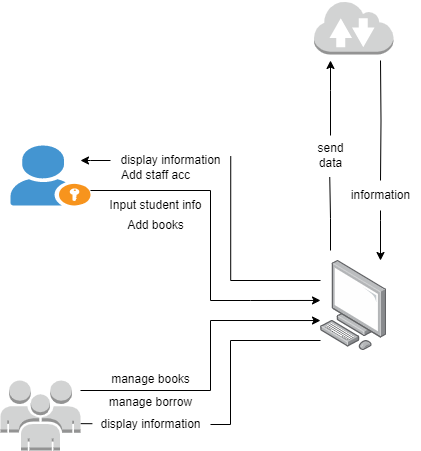
The draw.io diagram operational_f.png in Jayrou12345/Flowchart, before a commit. Source tidied: cells renumbered, new cells last; positions are measured from the earlier drawing's top-left corner, leaving out a move shared by most shapes.
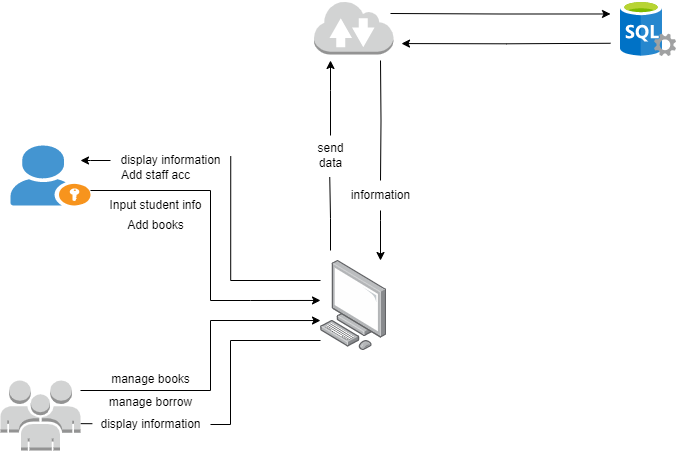
After the commit.

The edit, as a diff of the source:
```diff
@@ -99,6 +99,12 @@
         </Array>
       </mxGeometry>
     </mxCell>
+    <mxCell id="25" style="edgeStyle=orthogonalEdgeStyle;rounded=0;orthogonalLoop=1;jettySize=auto;html=1;" parent="1" edge="1">
+      <mxGeometry relative="1" as="geometry">
+        <mxPoint x="390" y="13" as="sourcePoint" />
+        <mxPoint x="610" y="13.5" as="targetPoint" />
+      </mxGeometry>
+    </mxCell>
     <mxCell id="21" style="dashed=0;verticalLabelPosition=bottom;verticalAlign=top;align=center;html=1;shape=mxgraph.aws3.internet_2;fillColor=#D2D3D3;gradientColor=none;" parent="1" vertex="1">
       <mxGeometry x="313.4" width="79.5" height="54" as="geometry" />
     </mxCell>
@@ -113,5 +119,14 @@
     <mxCell id="24" value="information" style="text;html=1;align=center;verticalAlign=middle;points=[];strokeColor=none;fillColor=none;" parent="1" vertex="1">
       <mxGeometry x="340" y="180" width="80" height="30" as="geometry" />
     </mxCell>
+    <mxCell id="26" style="edgeStyle=orthogonalEdgeStyle;rounded=0;orthogonalLoop=1;jettySize=auto;html=1;" parent="1" edge="1">
+      <mxGeometry relative="1" as="geometry">
+        <mxPoint x="610" y="42.8" as="sourcePoint" />
+        <mxPoint x="401" y="43.1" as="targetPoint" />
+      </mxGeometry>
+    </mxCell>
+    <mxCell id="27" style="image;sketch=0;html=1;align=center;fontSize=12;image=img/lib/mscae/SQL_Servers.svg;" parent="1" vertex="1">
+      <mxGeometry x="620" width="56" height="56" as="geometry" />
+    </mxCell>
   </root>
 </mxGraphModel>
```
